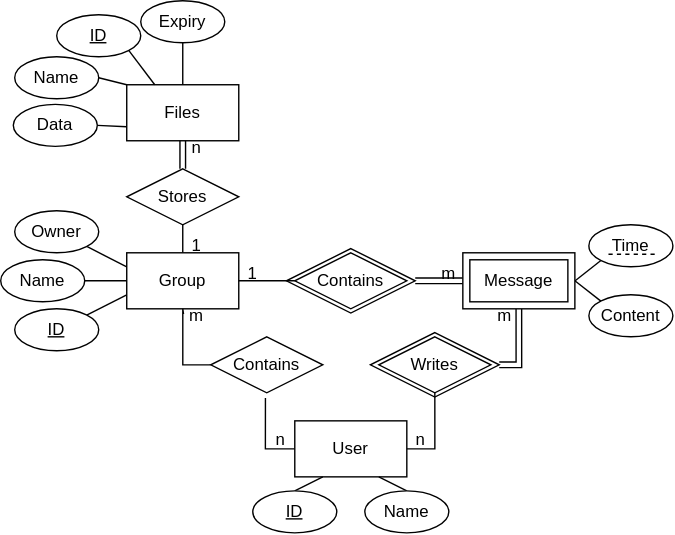
The draw.io diagram ERD.svg in JoeJ1/WAD2_Group_Project, before a commit. Source tidied: cells renumbered, new cells last; positions are measured from the earlier drawing's top-left corner, leaving out a move shared by most shapes.
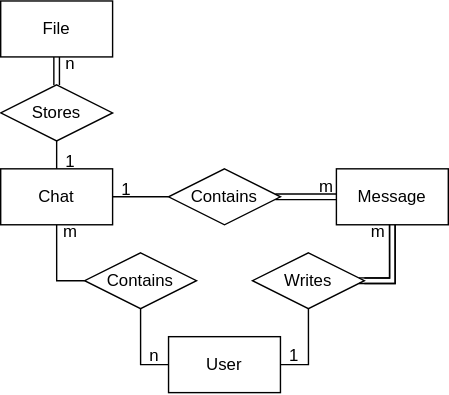
The same file after the commit.

Diff of the diagram source:
```diff
@@ -2,55 +2,31 @@
   <root>
     <mxCell id="0" />
     <mxCell id="1" parent="0" />
-    <mxCell id="2" style="edgeStyle=orthogonalEdgeStyle;rounded=0;sketch=0;jumpStyle=none;jettySize=auto;html=1;exitX=1;exitY=0.5;exitDx=0;exitDy=0;shadow=0;entryX=0.5;entryY=1;entryDx=0;entryDy=0;shape=link;" parent="1" edge="1" source="3" target="49">
+    <mxCell id="2" style="edgeStyle=orthogonalEdgeStyle;rounded=0;sketch=0;jumpStyle=none;jettySize=auto;html=1;exitX=1;exitY=0.5;exitDx=0;exitDy=0;shadow=0;entryX=0.5;entryY=1;entryDx=0;entryDy=0;shape=link;" parent="1" edge="1" source="18" target="49">
       <mxGeometry relative="1" as="geometry">
         <Array as="points">
           <mxPoint x="370" y="260" />
         </Array>
       </mxGeometry>
     </mxCell>
-    <mxCell id="3" style="rhombus;whiteSpace=wrap;html=1;rounded=0;" parent="1" vertex="1">
-      <mxGeometry x="264" y="237" width="92" height="46" as="geometry" />
-    </mxCell>
-    <mxCell id="4" style="rhombus;whiteSpace=wrap;html=1;rounded=0;" parent="1" vertex="1">
-      <mxGeometry x="204" y="177" width="92" height="46" as="geometry" />
-    </mxCell>
-    <mxCell id="5" style="edgeStyle=orthogonalEdgeStyle;rounded=0;jettySize=auto;html=1;exitX=0;exitY=0.5;exitDx=0;exitDy=0;entryX=0.488;entryY=1.093;entryDx=0;entryDy=0;entryPerimeter=0;endArrow=none;endFill=0;" parent="1" edge="1" source="6" target="17">
-      <mxGeometry relative="1" as="geometry" />
-    </mxCell>
     <mxCell id="6" value="User" style="rounded=0;whiteSpace=wrap;html=1;" parent="1" vertex="1">
       <mxGeometry x="210" y="300" width="80" height="40" as="geometry" />
     </mxCell>
     <mxCell id="7" style="edgeStyle=orthogonalEdgeStyle;rounded=0;jettySize=auto;html=1;exitX=0.5;exitY=0;exitDx=0;exitDy=0;entryX=0.5;entryY=1;entryDx=0;entryDy=0;endArrow=none;endFill=0;" parent="1" edge="1" source="9" target="20">
       <mxGeometry relative="1" as="geometry" />
     </mxCell>
-    <mxCell id="8" style="edgeStyle=none;rounded=0;jettySize=auto;html=1;exitX=0;exitY=0.75;exitDx=0;exitDy=0;entryX=1;entryY=0;entryDx=0;entryDy=0;endArrow=none;endFill=0;" parent="1" edge="1" source="9" target="11">
-      <mxGeometry relative="1" as="geometry" />
-    </mxCell>
+    <mxCell id="52" style="edgeStyle=orthogonalEdgeStyle;rounded=0;jettySize=auto;html=1;exitX=0.5;exitY=1;exitDx=0;exitDy=0;entryX=0;entryY=0.5;entryDx=0;entryDy=0;endArrow=none;endFill=0;" parent="1" edge="1" source="9" target="17">
+      <mxGeometry relative="1" as="geometry" />
+    </mxCell>
-    <mxCell id="9" value="Group" style="rounded=0;whiteSpace=wrap;html=1;" parent="1" vertex="1">
+    <mxCell id="9" value="Chat" style="rounded=0;whiteSpace=wrap;html=1;" parent="1" vertex="1">
       <mxGeometry x="90" y="180" width="80" height="40" as="geometry" />
     </mxCell>
-    <mxCell id="10" value="Files" style="rounded=0;whiteSpace=wrap;html=1;" parent="1" vertex="1">
+    <mxCell id="10" value="File" style="rounded=0;whiteSpace=wrap;html=1;" parent="1" vertex="1">
       <mxGeometry x="90" y="60" width="80" height="40" as="geometry" />
     </mxCell>
-    <mxCell id="11" value="&lt;u&gt;ID&lt;/u&gt;" style="ellipse;whiteSpace=wrap;html=1;" parent="1" vertex="1">
-      <mxGeometry x="10" y="220" width="60" height="30" as="geometry" />
-    </mxCell>
-    <mxCell id="12" style="edgeStyle=none;rounded=0;jettySize=auto;html=1;exitX=1;exitY=1;exitDx=0;exitDy=0;entryX=0;entryY=0.25;entryDx=0;entryDy=0;endArrow=none;endFill=0;" parent="1" edge="1" source="13" target="9">
-      <mxGeometry relative="1" as="geometry" />
-    </mxCell>
-    <mxCell id="13" value="Owner" style="ellipse;whiteSpace=wrap;html=1;" parent="1" vertex="1">
-      <mxGeometry x="10" y="150" width="60" height="30" as="geometry" />
-    </mxCell>
-    <mxCell id="14" style="edgeStyle=none;rounded=0;jettySize=auto;html=1;exitX=1;exitY=0.5;exitDx=0;exitDy=0;entryX=0;entryY=0.5;entryDx=0;entryDy=0;endArrow=none;endFill=0;" parent="1" edge="1" source="15" target="9">
-      <mxGeometry relative="1" as="geometry" />
-    </mxCell>
-    <mxCell id="15" value="Name" style="ellipse;whiteSpace=wrap;html=1;" parent="1" vertex="1">
-      <mxGeometry y="185" width="60" height="30" as="geometry" />
-    </mxCell>
-    <mxCell id="16" style="edgeStyle=orthogonalEdgeStyle;rounded=0;jettySize=auto;html=1;exitX=0;exitY=0.5;exitDx=0;exitDy=0;entryX=0.507;entryY=1.093;entryDx=0;entryDy=0;entryPerimeter=0;endArrow=none;endFill=0;" parent="1" edge="1" source="17" target="9">
-      <mxGeometry relative="1" as="geometry" />
-    </mxCell>
+    <mxCell id="53" style="edgeStyle=orthogonalEdgeStyle;rounded=0;jettySize=auto;html=1;exitX=0.5;exitY=1;exitDx=0;exitDy=0;entryX=0;entryY=0.5;entryDx=0;entryDy=0;endArrow=none;endFill=0;" parent="1" edge="1" source="17" target="6">
+      <mxGeometry relative="1" as="geometry" />
+    </mxCell>
     <mxCell id="17" value="Contains" style="rhombus;whiteSpace=wrap;html=1;" parent="1" vertex="1">
       <mxGeometry x="150" y="240" width="80" height="40" as="geometry" />
     </mxCell>
@@ -66,64 +42,9 @@
     <mxCell id="21" style="edgeStyle=orthogonalEdgeStyle;rounded=0;jettySize=auto;html=1;endArrow=none;endFill=0;" parent="1" edge="1" source="23" target="9">
       <mxGeometry relative="1" as="geometry" />
     </mxCell>
-    <mxCell id="22" style="edgeStyle=orthogonalEdgeStyle;rounded=0;jettySize=auto;html=1;endArrow=none;endFill=0;shape=link;exitX=1;exitY=0.5;exitDx=0;exitDy=0;" parent="1" edge="1" source="4">
-      <mxGeometry relative="1" as="geometry">
-        <mxPoint x="330" y="200" as="targetPoint" />
-      </mxGeometry>
-    </mxCell>
     <mxCell id="23" value="Contains" style="rhombus;whiteSpace=wrap;html=1;rounded=0;" parent="1" vertex="1">
       <mxGeometry x="210" y="180" width="80" height="40" as="geometry" />
     </mxCell>
-    <mxCell id="24" style="edgeStyle=none;rounded=0;jettySize=auto;html=1;exitX=0.5;exitY=0;exitDx=0;exitDy=0;entryX=0.25;entryY=1;entryDx=0;entryDy=0;endArrow=none;endFill=0;" parent="1" edge="1" source="25" target="6">
-      <mxGeometry relative="1" as="geometry" />
-    </mxCell>
-    <mxCell id="25" value="&lt;u&gt;ID&lt;/u&gt;" style="ellipse;whiteSpace=wrap;html=1;" parent="1" vertex="1">
-      <mxGeometry x="180" y="350" width="60" height="30" as="geometry" />
-    </mxCell>
-    <mxCell id="26" style="edgeStyle=none;rounded=0;jettySize=auto;html=1;exitX=0.5;exitY=0;exitDx=0;exitDy=0;endArrow=none;endFill=0;entryX=0.75;entryY=1;entryDx=0;entryDy=0;" parent="1" edge="1" source="27" target="6">
-      <mxGeometry relative="1" as="geometry" />
-    </mxCell>
-    <mxCell id="27" value="Name" style="ellipse;whiteSpace=wrap;html=1;" parent="1" vertex="1">
-      <mxGeometry x="260" y="350" width="60" height="30" as="geometry" />
-    </mxCell>
-    <mxCell id="28" style="edgeStyle=none;rounded=0;jettySize=auto;html=1;exitX=0;exitY=1;exitDx=0;exitDy=0;endArrow=none;endFill=0;" parent="1" edge="1" source="29">
-      <mxGeometry relative="1" as="geometry">
-        <mxPoint x="410" y="200.1" as="targetPoint" />
-      </mxGeometry>
-    </mxCell>
-    <mxCell id="29" value="Time" style="ellipse;whiteSpace=wrap;html=1;" parent="1" vertex="1">
-      <mxGeometry x="420" y="160" width="60" height="30" as="geometry" />
-    </mxCell>
-    <mxCell id="30" style="edgeStyle=none;rounded=0;jettySize=auto;html=1;exitX=0;exitY=0;exitDx=0;exitDy=0;entryX=1;entryY=0.5;entryDx=0;entryDy=0;endArrow=none;endFill=0;" parent="1" edge="1" source="31" target="49">
-      <mxGeometry relative="1" as="geometry" />
-    </mxCell>
-    <mxCell id="31" value="Content" style="ellipse;whiteSpace=wrap;html=1;" parent="1" vertex="1">
-      <mxGeometry x="420" y="210" width="60" height="30" as="geometry" />
-    </mxCell>
-    <mxCell id="32" style="edgeStyle=none;rounded=0;jettySize=auto;html=1;exitX=1;exitY=0.5;exitDx=0;exitDy=0;entryX=0;entryY=0;entryDx=0;entryDy=0;endArrow=none;endFill=0;" parent="1" edge="1" source="33" target="10">
-      <mxGeometry relative="1" as="geometry" />
-    </mxCell>
-    <mxCell id="33" value="Name" style="ellipse;whiteSpace=wrap;html=1;" parent="1" vertex="1">
-      <mxGeometry x="10" y="40" width="60" height="30" as="geometry" />
-    </mxCell>
-    <mxCell id="34" style="edgeStyle=none;rounded=0;jettySize=auto;html=1;exitX=1;exitY=1;exitDx=0;exitDy=0;entryX=0.25;entryY=0;entryDx=0;entryDy=0;endArrow=none;endFill=0;" parent="1" edge="1" source="35" target="10">
-      <mxGeometry relative="1" as="geometry" />
-    </mxCell>
-    <mxCell id="35" value="&lt;u&gt;ID&lt;/u&gt;" style="ellipse;whiteSpace=wrap;html=1;" parent="1" vertex="1">
-      <mxGeometry x="40" y="10" width="60" height="30" as="geometry" />
-    </mxCell>
-    <mxCell id="36" style="edgeStyle=none;rounded=0;jettySize=auto;html=1;exitX=1;exitY=0.5;exitDx=0;exitDy=0;entryX=0;entryY=0.75;entryDx=0;entryDy=0;endArrow=none;endFill=0;" parent="1" edge="1" source="37" target="10">
-      <mxGeometry relative="1" as="geometry" />
-    </mxCell>
-    <mxCell id="37" value="Data" style="ellipse;whiteSpace=wrap;html=1;" parent="1" vertex="1">
-      <mxGeometry x="9" y="74" width="60" height="30" as="geometry" />
-    </mxCell>
-    <mxCell id="38" style="edgeStyle=none;rounded=0;jettySize=auto;html=1;exitX=0.5;exitY=1;exitDx=0;exitDy=0;entryX=0.5;entryY=0;entryDx=0;entryDy=0;endArrow=none;endFill=0;" parent="1" edge="1" source="39" target="10">
-      <mxGeometry relative="1" as="geometry" />
-    </mxCell>
-    <mxCell id="39" value="Expiry" style="ellipse;whiteSpace=wrap;html=1;" parent="1" vertex="1">
-      <mxGeometry x="100" width="60" height="30" as="geometry" />
-    </mxCell>
     <mxCell id="40" value="m" style="text;html=1;strokeColor=none;fillColor=none;align=center;verticalAlign=middle;whiteSpace=wrap;rounded=0;" parent="1" vertex="1">
       <mxGeometry x="350" y="220" width="20" height="10" as="geometry" />
     </mxCell>
@@ -136,7 +57,7 @@
     <mxCell id="43" value="n" style="text;html=1;strokeColor=none;fillColor=none;align=center;verticalAlign=middle;whiteSpace=wrap;rounded=0;" parent="1" vertex="1">
       <mxGeometry x="130" y="100" width="20" height="10" as="geometry" />
     </mxCell>
-    <mxCell id="44" value="n" style="text;html=1;strokeColor=none;fillColor=none;align=center;verticalAlign=middle;whiteSpace=wrap;rounded=0;" parent="1" vertex="1">
+    <mxCell id="44" value="1" style="text;html=1;strokeColor=none;fillColor=none;align=center;verticalAlign=middle;whiteSpace=wrap;rounded=0;" parent="1" vertex="1">
       <mxGeometry x="290" y="309" width="20" height="10" as="geometry" />
     </mxCell>
     <mxCell id="45" style="edgeStyle=orthogonalEdgeStyle;rounded=0;jettySize=auto;html=1;exitX=1;exitY=0.5;exitDx=0;exitDy=0;endArrow=none;endFill=0;entryX=0.5;entryY=1;entryDx=0;entryDy=0;" parent="1" edge="1" source="6" target="18">
@@ -146,22 +67,23 @@
       <mxGeometry x="130" y="170" width="20" height="10" as="geometry" />
     </mxCell>
     <mxCell id="47" value="m" style="text;html=1;strokeColor=none;fillColor=none;align=center;verticalAlign=middle;whiteSpace=wrap;rounded=0;" parent="1" vertex="1">
-      <mxGeometry x="310" y="190" width="20" height="10" as="geometry" />
+      <mxGeometry x="313" y="188" width="20" height="10" as="geometry" />
     </mxCell>
     <mxCell id="48" value="1" style="text;html=1;strokeColor=none;fillColor=none;align=center;verticalAlign=middle;whiteSpace=wrap;rounded=0;" parent="1" vertex="1">
       <mxGeometry x="170" y="190" width="20" height="10" as="geometry" />
     </mxCell>
+    <mxCell id="54" style="edgeStyle=orthogonalEdgeStyle;rounded=0;jettySize=auto;html=1;exitX=0;exitY=0.5;exitDx=0;exitDy=0;endArrow=none;endFill=0;shape=link;entryX=0.955;entryY=0.5;entryDx=0;entryDy=0;entryPerimeter=0;" parent="1" edge="1" source="49" target="23">
+      <mxGeometry relative="1" as="geometry" />
+    </mxCell>
     <mxCell id="49" value="Message" style="rounded=0;whiteSpace=wrap;html=1;sketch=0;" parent="1" vertex="1">
       <mxGeometry x="330" y="180" width="80" height="40" as="geometry" />
     </mxCell>
-    <mxCell id="50" value="Message" style="rounded=0;whiteSpace=wrap;html=1;sketch=0;" parent="1" vertex="1">
-      <mxGeometry x="335" y="185" width="70" height="30" as="geometry" />
-    </mxCell>
-    <mxCell id="51" style="endArrow=none;html=1;strokeWidth=1;rounded=0;shadow=0;sketch=0;jumpStyle=none;dashed=1;" parent="1" edge="1">
-      <mxGeometry relative="1" as="geometry">
-        <mxPoint x="434" y="181" as="sourcePoint" />
-        <mxPoint x="469" y="181" as="targetPoint" />
-      </mxGeometry>
-    </mxCell>
+    <mxCell id="55" style="edgeStyle=orthogonalEdgeStyle;rounded=0;sketch=0;jumpStyle=none;jettySize=auto;html=1;exitX=0.952;exitY=0.499;exitDx=0;exitDy=0;shadow=0;entryX=0.5;entryY=1;entryDx=0;entryDy=0;shape=link;exitPerimeter=0;" parent="1" edge="1" source="18" target="49">
+      <mxGeometry relative="1" as="geometry">
+        <Array as="points">
+          <mxPoint x="370" y="260" />
+        </Array>
+      </mxGeometry>
+    </mxCell>
   </root>
 </mxGraphModel>
```
